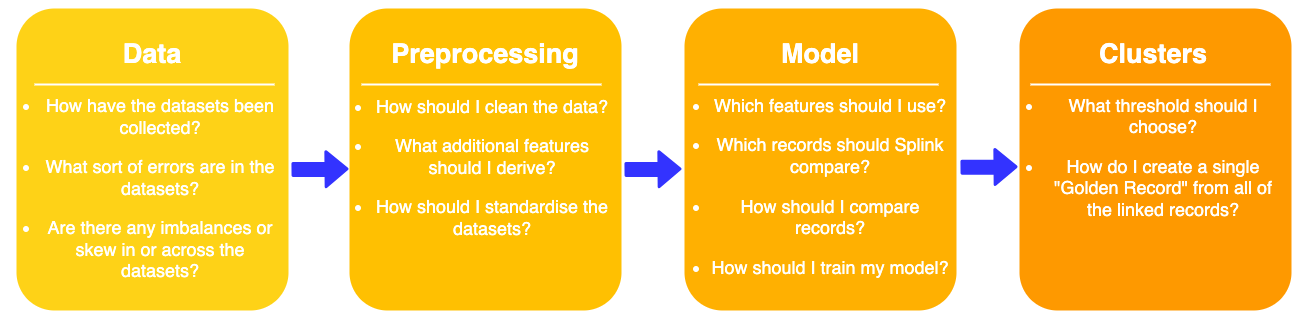
Above: docs/blog/posts/img/linkage_process.drawio.png in moj-analytical-services/splink (draw.io), before the change. Source tidied: cells renumbered, new cells last; positions are measured from the earlier drawing's top-left corner, leaving out a move shared by most shapes.
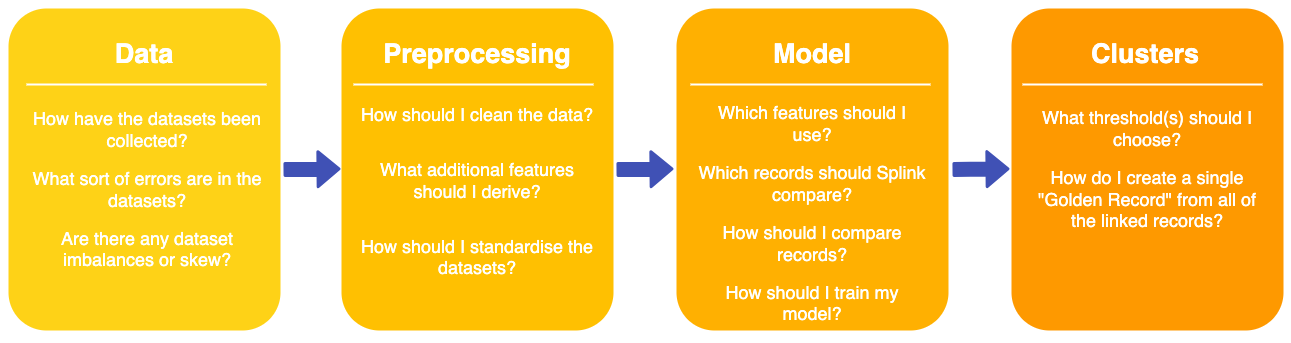
The same file after the commit.

Commit message:
fix flowchart, tinker with structure

Change to the diagram source:
```diff
@@ -3,49 +3,49 @@
     <mxCell id="0" />
     <mxCell id="1" parent="0" />
     <mxCell id="2" style="whiteSpace=wrap;html=1;rounded=1;shadow=0;strokeWidth=8;fontSize=20;align=center;fillColor=#FED217;strokeColor=#FFFFFF;" parent="1" vertex="1">
-      <mxGeometry x="12" width="280" height="310" as="geometry" />
+      <mxGeometry x="12" width="280" height="330" as="geometry" />
     </mxCell>
     <mxCell id="3" value="Data" style="text;html=1;strokeColor=none;fillColor=none;align=center;verticalAlign=middle;whiteSpace=wrap;rounded=0;shadow=0;fontSize=27;fontColor=#FFFFFF;fontStyle=1;" parent="1" vertex="1">
       <mxGeometry x="12" y="20" width="280" height="60" as="geometry" />
     </mxCell>
-    <mxCell id="4" value="&lt;div style=&quot;&quot;&gt;&lt;ul style=&quot;font-size: 18px;&quot;&gt;&lt;li&gt;&lt;span style=&quot;background-color: initial;&quot;&gt;How have the datasets been collected?&lt;/span&gt;&lt;/li&gt;&lt;/ul&gt;&lt;ul style=&quot;font-size: 18px;&quot;&gt;&lt;li&gt;&lt;span style=&quot;background-color: initial;&quot;&gt;What sort of errors are in the datasets?&lt;/span&gt;&lt;/li&gt;&lt;/ul&gt;&lt;ul style=&quot;font-size: 18px;&quot;&gt;&lt;li&gt;&lt;span style=&quot;background-color: initial;&quot;&gt;Are there any imbalances or skew in or across the datasets?&lt;/span&gt;&lt;/li&gt;&lt;/ul&gt;&lt;/div&gt;" style="text;html=1;strokeColor=none;fillColor=none;align=center;verticalAlign=middle;whiteSpace=wrap;rounded=0;shadow=0;fontSize=14;fontColor=#FFFFFF;" parent="1" vertex="1">
-      <mxGeometry y="139" width="280" height="90" as="geometry" />
+    <mxCell id="4" value="&lt;div style=&quot;&quot;&gt;&lt;span style=&quot;background-color: initial; font-size: 18px;&quot;&gt;How have the datasets been collected?&lt;/span&gt;&lt;/div&gt;&lt;div style=&quot;&quot;&gt;&lt;br&gt;&lt;/div&gt;&lt;div style=&quot;&quot;&gt;&lt;span style=&quot;background-color: initial; font-size: 18px;&quot;&gt;What sort of errors are in the datasets?&lt;/span&gt;&lt;/div&gt;&lt;div style=&quot;&quot;&gt;&lt;br&gt;&lt;/div&gt;&lt;div style=&quot;&quot;&gt;&lt;span style=&quot;font-size: 18px; background-color: initial;&quot;&gt;Are there any dataset imbalances or skew?&lt;/span&gt;&lt;br&gt;&lt;/div&gt;" style="text;html=1;strokeColor=none;fillColor=none;align=center;verticalAlign=middle;whiteSpace=wrap;rounded=0;shadow=0;fontSize=14;fontColor=#FFFFFF;" parent="1" vertex="1">
+      <mxGeometry x="35" y="140" width="240" height="90" as="geometry" />
     </mxCell>
     <mxCell id="5" style="line;strokeWidth=2;html=1;rounded=0;shadow=0;fontSize=27;align=center;fillColor=none;strokeColor=#FFFFFF;" parent="1" vertex="1">
       <mxGeometry x="34" y="75" width="240" height="10" as="geometry" />
     </mxCell>
     <mxCell id="6" style="whiteSpace=wrap;html=1;rounded=1;shadow=0;strokeWidth=8;fontSize=20;align=center;fillColor=#FFC001;strokeColor=#FFFFFF;" parent="1" vertex="1">
-      <mxGeometry x="345" width="280" height="310" as="geometry" />
+      <mxGeometry x="345" width="280" height="330" as="geometry" />
     </mxCell>
     <mxCell id="7" value="Preprocessing" style="text;html=1;strokeColor=none;fillColor=none;align=center;verticalAlign=middle;whiteSpace=wrap;rounded=0;shadow=0;fontSize=27;fontColor=#FFFFFF;fontStyle=1;" parent="1" vertex="1">
       <mxGeometry x="345" y="20" width="280" height="60" as="geometry" />
     </mxCell>
-    <mxCell id="8" value="&lt;ul style=&quot;font-size: 18px;&quot;&gt;&lt;li&gt;&lt;span style=&quot;background-color: initial;&quot;&gt;How should I clean the data?&lt;/span&gt;&lt;/li&gt;&lt;/ul&gt;&lt;ul style=&quot;font-size: 18px;&quot;&gt;&lt;li&gt;&lt;span style=&quot;background-color: initial;&quot;&gt;What additional features should I derive?&lt;/span&gt;&lt;/li&gt;&lt;/ul&gt;&lt;ul style=&quot;font-size: 18px;&quot;&gt;&lt;li&gt;&lt;span style=&quot;background-color: initial;&quot;&gt;How should I standardise the datasets?&lt;/span&gt;&lt;/li&gt;&lt;/ul&gt;" style="text;html=1;strokeColor=none;fillColor=none;align=center;verticalAlign=middle;whiteSpace=wrap;rounded=0;shadow=0;fontSize=14;fontColor=#FFFFFF;" parent="1" vertex="1">
-      <mxGeometry x="332" y="118" width="280" height="90" as="geometry" />
+    <mxCell id="8" value="&lt;span style=&quot;background-color: initial; font-size: 18px;&quot;&gt;How should I clean the data?&lt;br&gt;&lt;/span&gt;&lt;br&gt;&lt;br&gt;&lt;span style=&quot;background-color: initial; font-size: 18px;&quot;&gt;What additional features should I derive?&lt;br&gt;&lt;/span&gt;&lt;br&gt;&lt;br&gt;&lt;span style=&quot;background-color: initial; font-size: 18px;&quot;&gt;How should I standardise the datasets?&lt;/span&gt;" style="text;html=1;strokeColor=none;fillColor=none;align=center;verticalAlign=middle;whiteSpace=wrap;rounded=0;shadow=0;fontSize=14;fontColor=#FFFFFF;" parent="1" vertex="1">
+      <mxGeometry x="365" y="142" width="240" height="90" as="geometry" />
     </mxCell>
     <mxCell id="9" style="line;strokeWidth=2;html=1;rounded=0;shadow=0;fontSize=27;align=center;fillColor=none;strokeColor=#FFFFFF;" parent="1" vertex="1">
       <mxGeometry x="361" y="75" width="240" height="10" as="geometry" />
     </mxCell>
     <mxCell id="10" style="whiteSpace=wrap;html=1;rounded=1;shadow=0;strokeWidth=8;fontSize=20;align=center;fillColor=#FFB001;strokeColor=#FFFFFF;" parent="1" vertex="1">
-      <mxGeometry x="680" width="280" height="310" as="geometry" />
+      <mxGeometry x="680" width="280" height="330" as="geometry" />
     </mxCell>
     <mxCell id="11" value="Model" style="text;html=1;strokeColor=none;fillColor=none;align=center;verticalAlign=middle;whiteSpace=wrap;rounded=0;shadow=0;fontSize=27;fontColor=#FFFFFF;fontStyle=1;" parent="1" vertex="1">
       <mxGeometry x="680" y="20" width="280" height="60" as="geometry" />
     </mxCell>
-    <mxCell id="12" value="&lt;ul style=&quot;font-size: 18px;&quot;&gt;&lt;li&gt;&lt;font style=&quot;font-size: 18px;&quot;&gt;Which features should I use?&lt;/font&gt;&lt;/li&gt;&lt;/ul&gt;&lt;ul style=&quot;font-size: 18px;&quot;&gt;&lt;li&gt;&lt;font style=&quot;font-size: 18px;&quot;&gt;Which records should Splink compare?&lt;/font&gt;&lt;/li&gt;&lt;/ul&gt;&lt;ul style=&quot;font-size: 18px;&quot;&gt;&lt;li&gt;&lt;span style=&quot;&quot;&gt;How should I compare records?&lt;/span&gt;&lt;/li&gt;&lt;/ul&gt;&lt;ul style=&quot;font-size: 18px;&quot;&gt;&lt;li&gt;&lt;span style=&quot;&quot;&gt;How should I train my model?&lt;/span&gt;&lt;/li&gt;&lt;/ul&gt;" style="text;html=1;strokeColor=none;fillColor=none;align=center;verticalAlign=middle;whiteSpace=wrap;rounded=0;shadow=0;fontSize=14;fontColor=#FFFFFF;" parent="1" vertex="1">
-      <mxGeometry x="670" y="137" width="280" height="90" as="geometry" />
+    <mxCell id="12" value="&lt;span style=&quot;font-size: 18px; background-color: initial;&quot;&gt;Which features should I use?&lt;br&gt;&lt;/span&gt;&lt;br&gt;&lt;span style=&quot;font-size: 18px; background-color: initial;&quot;&gt;Which records should Splink compare?&lt;br&gt;&lt;/span&gt;&lt;br&gt;&lt;span style=&quot;font-size: 18px; background-color: initial;&quot;&gt;How should I compare records?&lt;br&gt;&lt;/span&gt;&lt;br&gt;&lt;span style=&quot;font-size: 18px; background-color: initial;&quot;&gt;How should I train my model?&lt;/span&gt;" style="text;html=1;strokeColor=none;fillColor=none;align=center;verticalAlign=middle;whiteSpace=wrap;rounded=0;shadow=0;fontSize=14;fontColor=#FFFFFF;" parent="1" vertex="1">
+      <mxGeometry x="705" y="164" width="230" height="90" as="geometry" />
     </mxCell>
     <mxCell id="13" style="line;strokeWidth=2;html=1;rounded=0;shadow=0;fontSize=27;align=center;fillColor=none;strokeColor=#FFFFFF;" parent="1" vertex="1">
       <mxGeometry x="698" y="75" width="240" height="10" as="geometry" />
     </mxCell>
     <mxCell id="14" style="whiteSpace=wrap;html=1;rounded=1;shadow=0;strokeWidth=8;fontSize=20;align=center;fillColor=#FE9900;strokeColor=#FFFFFF;" parent="1" vertex="1">
-      <mxGeometry x="1015" width="280" height="310" as="geometry" />
+      <mxGeometry x="1015" width="280" height="330" as="geometry" />
     </mxCell>
     <mxCell id="15" value="Clusters" style="text;html=1;strokeColor=none;fillColor=none;align=center;verticalAlign=middle;whiteSpace=wrap;rounded=0;shadow=0;fontSize=27;fontColor=#FFFFFF;fontStyle=1;" parent="1" vertex="1">
       <mxGeometry x="1013" y="20" width="280" height="60" as="geometry" />
     </mxCell>
-    <mxCell id="16" value="&lt;ul style=&quot;font-size: 18px;&quot;&gt;&lt;li&gt;&lt;span style=&quot;&quot;&gt;What threshold should I choose?&lt;/span&gt;&lt;/li&gt;&lt;/ul&gt;&lt;ul style=&quot;font-size: 18px;&quot;&gt;&lt;li&gt;&lt;span style=&quot;&quot;&gt;How do I create a single &quot;Golden Record&quot; from all of the linked records?&lt;/span&gt;&lt;/li&gt;&lt;/ul&gt;" style="text;html=1;strokeColor=none;fillColor=none;align=center;verticalAlign=middle;whiteSpace=wrap;rounded=0;shadow=0;fontSize=14;fontColor=#FFFFFF;" parent="1" vertex="1">
-      <mxGeometry x="1003" y="108" width="280" height="90" as="geometry" />
+    <mxCell id="16" value="&lt;span style=&quot;font-size: 18px; background-color: initial;&quot;&gt;What threshold(s) should I choose?&lt;br&gt;&lt;/span&gt;&lt;br&gt;&lt;span style=&quot;font-size: 18px; background-color: initial;&quot;&gt;How do I create a single &quot;Golden Record&quot; from all of the linked records?&lt;/span&gt;" style="text;html=1;strokeColor=none;fillColor=none;align=center;verticalAlign=middle;whiteSpace=wrap;rounded=0;shadow=0;fontSize=14;fontColor=#FFFFFF;" parent="1" vertex="1">
+      <mxGeometry x="1035" y="120" width="240" height="90" as="geometry" />
     </mxCell>
     <mxCell id="17" style="line;strokeWidth=2;html=1;rounded=0;shadow=0;fontSize=27;align=center;fillColor=none;strokeColor=#FFFFFF;" parent="1" vertex="1">
       <mxGeometry x="1030" y="75" width="240" height="10" as="geometry" />
@@ -53,19 +53,19 @@
     <mxCell id="18" style="edgeStyle=orthogonalEdgeStyle;rounded=0;orthogonalLoop=1;jettySize=auto;html=1;exitX=0.5;exitY=1;exitDx=0;exitDy=0;" parent="1" edge="1" source="6" target="6">
       <mxGeometry relative="1" as="geometry" />
     </mxCell>
-    <mxCell id="19" style="shape=flexArrow;endArrow=classic;html=1;rounded=1;fillColor=#3333FF;strokeWidth=3;strokeColor=#3333FF;exitX=1;exitY=0.5;exitDx=0;exitDy=0;" parent="1" edge="1">
+    <mxCell id="19" style="shape=flexArrow;endArrow=classic;html=1;rounded=1;fillColor=#4051b5;strokeWidth=3;strokeColor=#4051b5;exitX=1;exitY=0.5;exitDx=0;exitDy=0;" parent="1" edge="1">
       <mxGeometry relative="1" as="geometry">
-        <mxPoint x="960" y="162.8" as="sourcePoint" />
-        <mxPoint x="1017" y="162.2" as="targetPoint" />
+        <mxPoint x="960" y="164.9" as="sourcePoint" />
+        <mxPoint x="1017" y="164.4" as="targetPoint" />
       </mxGeometry>
     </mxCell>
-    <mxCell id="20" style="shape=flexArrow;endArrow=classic;html=1;rounded=1;fillColor=#3333FF;strokeWidth=3;strokeColor=#3333FF;exitX=1;exitY=0.5;exitDx=0;exitDy=0;" parent="1" edge="1">
+    <mxCell id="20" style="shape=flexArrow;endArrow=classic;html=1;rounded=1;fillColor=#4051b5;strokeWidth=3;strokeColor=#4051b5;exitX=1;exitY=0.5;exitDx=0;exitDy=0;" parent="1" edge="1">
       <mxGeometry relative="1" as="geometry">
         <mxPoint x="624" y="165" as="sourcePoint" />
         <mxPoint x="681" y="164.5" as="targetPoint" />
       </mxGeometry>
     </mxCell>
-    <mxCell id="21" style="shape=flexArrow;endArrow=classic;html=1;rounded=1;fillColor=#3333FF;strokeWidth=3;strokeColor=#3333FF;exitX=1;exitY=0.5;exitDx=0;exitDy=0;" parent="1" edge="1">
+    <mxCell id="21" style="shape=flexArrow;endArrow=classic;html=1;rounded=1;fillColor=#4051b5;strokeWidth=3;strokeColor=#4051b5;exitX=1;exitY=0.5;exitDx=0;exitDy=0;" parent="1" edge="1">
       <mxGeometry relative="1" as="geometry">
         <mxPoint x="291" y="165" as="sourcePoint" />
         <mxPoint x="348" y="164.5" as="targetPoint" />
```
